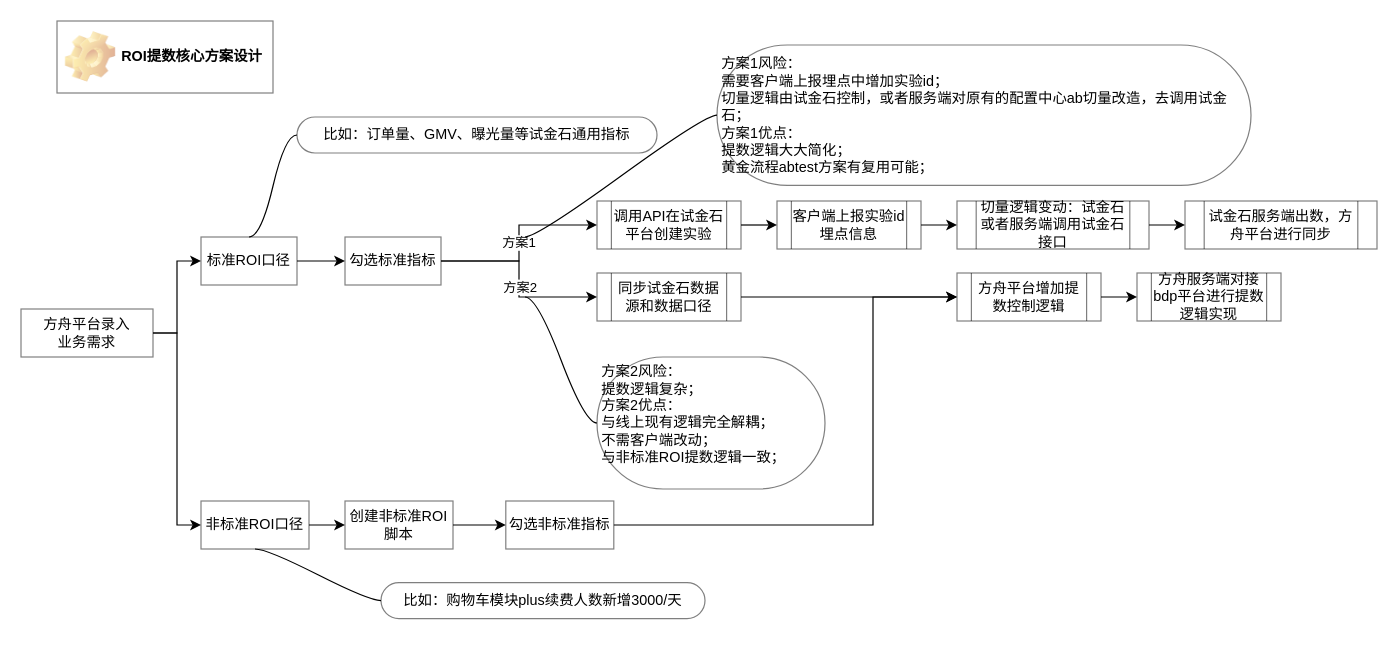
Above: page "ROI提数核心实现方案" (4 of 4) of 需求ROI评估.drawio in lihongliang1989/diagram (draw.io), before the change. Source tidied: cells renumbered, new cells numbered last; positions are measured from the earlier drawing's top-left corner, leaving out a move shared by most shapes. Both pictures are drawn from the tidied source at 120%, with x=0, y=0 at pixel (20, 20).
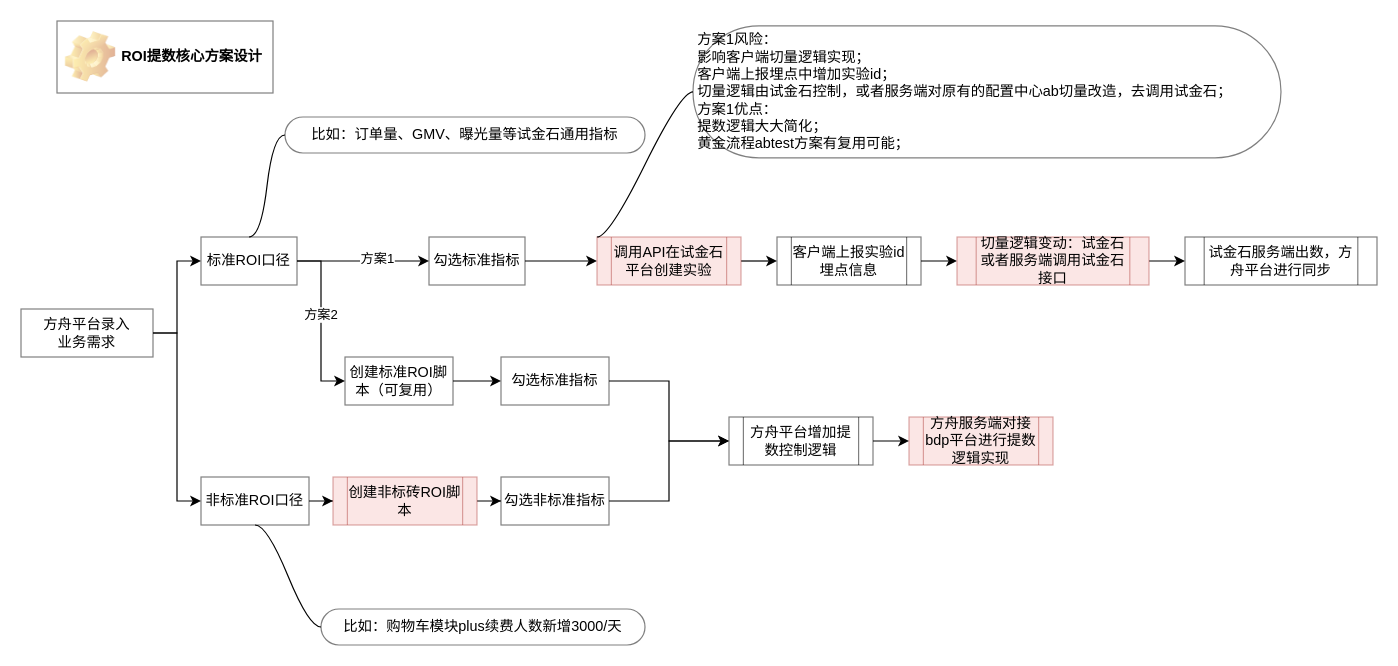
Above is the later version.

The change refers to these unchanged cells:
```xml
<mxCell id="9" value="&lt;font color=&quot;#000000&quot;&gt;标准ROI口径&lt;/font&gt;" style="rounded=0;whiteSpace=wrap;html=1;shadow=0;glass=0;sketch=0;fontColor=#97D077;gradientColor=none;opacity=50;fillColor=#FFFFFF;" parent="1" vertex="1">
  <mxGeometry x="150" y="180" width="80" height="40" as="geometry" />
</mxCell>
```

What changed in the source:
```diff
@@
-    <mxCell id="5" value="方案1" style="edgeStyle=orthogonalEdgeStyle;rounded=0;jettySize=auto;html=1;entryX=0;entryY=0.5;entryDx=0;entryDy=0;fontColor=#000000;" parent="1" edge="1" source="21" target="15">
+    <mxCell id="5" style="edgeStyle=orthogonalEdgeStyle;rounded=0;jettySize=auto;html=1;entryX=0;entryY=0.5;entryDx=0;entryDy=0;fontColor=#000000;" parent="1" edge="1" source="21" target="15">
       <mxGeometry relative="1" as="geometry" />
     </mxCell>
-    <mxCell id="6" style="edgeStyle=orthogonalEdgeStyle;rounded=0;jettySize=auto;html=1;entryX=0;entryY=0.5;entryDx=0;entryDy=0;fontColor=#000000;exitX=1;exitY=0.5;exitDx=0;exitDy=0;" parent="1" edge="1" source="21" target="19">
-      <mxGeometry relative="1" as="geometry" />
-    </mxCell>
+    <mxCell id="8" style="edgeStyle=orthogonalEdgeStyle;rounded=0;jettySize=auto;html=1;entryX=0;entryY=0.5;entryDx=0;entryDy=0;fontColor=#000000;" parent="1" edge="1" source="9" target="21">
+      <mxGeometry relative="1" as="geometry" />
+    </mxCell>
+    <mxCell id="38" value="方案1" style="edgeLabel;html=1;align=center;verticalAlign=middle;fontColor=#000000;" parent="8" vertex="1">
+      <mxGeometry x="0.2" y="3" relative="1" as="geometry" />
+    </mxCell>
+    <mxCell id="39" style="edgeStyle=orthogonalEdgeStyle;rounded=0;jettySize=auto;html=1;entryX=0;entryY=0.5;entryDx=0;entryDy=0;fontColor=#000000;" parent="1" edge="1" source="9" target="42">
+      <mxGeometry relative="1" as="geometry" />
+    </mxCell>
-    <mxCell id="7" value="方案2" style="edgeLabel;html=1;align=center;verticalAlign=middle;fontColor=#000000;" parent="6" vertex="1">
-      <mxGeometry x="0.07" relative="1" as="geometry" />
+    <mxCell id="7" value="方案2" style="edgeLabel;html=1;align=center;verticalAlign=middle;fontColor=#000000;" parent="39" vertex="1">
+      <mxGeometry x="-0.08" y="-1" relative="1" as="geometry" />
     </mxCell>
-    <mxCell id="8" style="edgeStyle=orthogonalEdgeStyle;rounded=0;jettySize=auto;html=1;entryX=0;entryY=0.5;entryDx=0;entryDy=0;fontColor=#000000;" parent="1" edge="1" source="9" target="21">
-      <mxGeometry relative="1" as="geometry" />
-    </mxCell>
@@
     <mxCell id="10" value="比如：订单量、GMV、曝光量等试金石通用指标" style="whiteSpace=wrap;html=1;rounded=1;arcSize=50;align=center;verticalAlign=middle;strokeWidth=1;spacing=4;newEdgeStyle={&quot;edgeStyle&quot;:&quot;entityRelationEdgeStyle&quot;,&quot;startArrow&quot;:&quot;none&quot;,&quot;endArrow&quot;:&quot;none&quot;,&quot;segment&quot;:10,&quot;curved&quot;:1};shadow=0;glass=0;sketch=0;fillColor=#FFFFFF;opacity=50;" parent="1" vertex="1">
-      <mxGeometry x="230" y="80" width="300" height="30" as="geometry" />
+      <mxGeometry x="220" y="80" width="300" height="30" as="geometry" />
     </mxCell>
@@
-    <mxCell id="12" style="edgeStyle=orthogonalEdgeStyle;rounded=0;jettySize=auto;html=1;entryX=0;entryY=0.5;entryDx=0;entryDy=0;fontColor=#000000;" parent="1" edge="1" source="13" target="32">
-      <mxGeometry relative="1" as="geometry" />
-    </mxCell>
+    <mxCell id="40" style="edgeStyle=orthogonalEdgeStyle;rounded=0;jettySize=auto;html=1;entryX=0;entryY=0.5;entryDx=0;entryDy=0;fontColor=#000000;" parent="1" edge="1" source="13" target="46">
+      <mxGeometry relative="1" as="geometry" />
+    </mxCell>
     <mxCell id="13" value="&lt;font color=&quot;#000000&quot;&gt;非标准ROI口径&lt;/font&gt;" style="rounded=0;whiteSpace=wrap;html=1;shadow=0;glass=0;sketch=0;fontColor=#97D077;gradientColor=none;opacity=50;fillColor=#FFFFFF;" parent="1" vertex="1">
-      <mxGeometry x="150" y="400" width="90" height="40" as="geometry" />
+      <mxGeometry x="150" y="380" width="90" height="40" as="geometry" />
     </mxCell>
@@
-    <mxCell id="15" value="&lt;span&gt;调用API在试金石平台创建实验&lt;/span&gt;" style="shape=process;whiteSpace=wrap;html=1;backgroundOutline=1;rounded=0;shadow=0;glass=0;sketch=0;fontColor=#000000;strokeColor=#000000;fillColor=#FFFFFF;opacity=50;" parent="1" vertex="1">
-      <mxGeometry x="480" y="150" width="120" height="40" as="geometry" />
+    <mxCell id="15" value="&lt;span&gt;调用API在试金石平台创建实验&lt;/span&gt;" style="shape=process;whiteSpace=wrap;html=1;backgroundOutline=1;rounded=0;shadow=0;glass=0;sketch=0;fontColor=#000000;strokeColor=#b85450;fillColor=#f8cecc;opacity=50;" parent="1" vertex="1">
+      <mxGeometry x="480" y="180" width="120" height="40" as="geometry" />
     </mxCell>
@@
     <mxCell id="17" value="客户端上报实验id埋点信息" style="shape=process;whiteSpace=wrap;html=1;backgroundOutline=1;rounded=0;shadow=0;glass=0;sketch=0;fontColor=#000000;strokeColor=#000000;fillColor=#FFFFFF;opacity=50;" parent="1" vertex="1">
-      <mxGeometry x="630" y="150" width="120" height="40" as="geometry" />
+      <mxGeometry x="630" y="180" width="120" height="40" as="geometry" />
     </mxCell>
-    <mxCell id="18" style="edgeStyle=orthogonalEdgeStyle;rounded=0;jettySize=auto;html=1;entryX=0;entryY=0.5;entryDx=0;entryDy=0;fontColor=#000000;" parent="1" edge="1" source="19" target="28">
-      <mxGeometry relative="1" as="geometry" />
-    </mxCell>
-    <mxCell id="19" value="&lt;span&gt;同步试金石数据源和数据口径&lt;/span&gt;" style="shape=process;whiteSpace=wrap;html=1;backgroundOutline=1;rounded=0;shadow=0;glass=0;sketch=0;fontColor=#000000;strokeColor=#000000;fillColor=#FFFFFF;opacity=50;" parent="1" vertex="1">
-      <mxGeometry x="480" y="210" width="120" height="40" as="geometry" />
-    </mxCell>
-    <mxCell id="20" value="方舟服务端对接bdp平台进行提数逻辑实现" style="shape=process;whiteSpace=wrap;html=1;backgroundOutline=1;rounded=0;shadow=0;glass=0;sketch=0;fontColor=#000000;strokeColor=#000000;fillColor=#FFFFFF;opacity=50;" parent="1" vertex="1">
-      <mxGeometry x="930" y="210" width="120" height="40" as="geometry" />
+    <mxCell id="20" value="方舟服务端对接bdp平台进行提数逻辑实现" style="shape=process;whiteSpace=wrap;html=1;backgroundOutline=1;rounded=0;shadow=0;glass=0;sketch=0;fontColor=#000000;strokeColor=#b85450;fillColor=#f8cecc;opacity=50;" parent="1" vertex="1">
+      <mxGeometry x="740" y="330" width="120" height="40" as="geometry" />
     </mxCell>
     <mxCell id="21" value="&lt;font color=&quot;#000000&quot;&gt;勾选标准指标&lt;/font&gt;" style="rounded=0;whiteSpace=wrap;html=1;shadow=0;glass=0;sketch=0;fontColor=#97D077;gradientColor=none;opacity=50;fillColor=#FFFFFF;" parent="1" vertex="1">
-      <mxGeometry x="270" y="180" width="80" height="40" as="geometry" />
+      <mxGeometry x="340" y="180" width="80" height="40" as="geometry" />
     </mxCell>
@@
-    <mxCell id="23" value="切量逻辑变动：试金石或者服务端调用试金石接口" style="shape=process;whiteSpace=wrap;html=1;backgroundOutline=1;rounded=0;shadow=0;glass=0;sketch=0;fontColor=#000000;strokeColor=#000000;fillColor=#FFFFFF;opacity=50;" parent="1" vertex="1">
-      <mxGeometry x="780" y="150" width="160" height="40" as="geometry" />
+    <mxCell id="23" value="切量逻辑变动：试金石或者服务端调用试金石接口" style="shape=process;whiteSpace=wrap;html=1;backgroundOutline=1;rounded=0;shadow=0;glass=0;sketch=0;fontColor=#000000;strokeColor=#b85450;fillColor=#f8cecc;opacity=50;" parent="1" vertex="1">
+      <mxGeometry x="780" y="180" width="160" height="40" as="geometry" />
     </mxCell>
-    <mxCell id="24" value="方案1风险：&lt;br&gt;需要客户端上报埋点中增加实验id；&lt;br&gt;切量逻辑由试金石控制，或者服务端对原有的配置中心ab切量改造，去调用试金石；&lt;br&gt;方案1优点：&lt;br&gt;提数逻辑大大简化；&lt;br&gt;黄金流程abtest方案有复用可能；" style="whiteSpace=wrap;html=1;rounded=1;arcSize=50;align=left;verticalAlign=middle;strokeWidth=1;spacing=4;newEdgeStyle={&quot;edgeStyle&quot;:&quot;entityRelationEdgeStyle&quot;,&quot;startArrow&quot;:&quot;none&quot;,&quot;endArrow&quot;:&quot;none&quot;,&quot;segment&quot;:10,&quot;curved&quot;:1};shadow=0;glass=0;sketch=0;fontColor=#000000;fillColor=#FFFFFF;opacity=50;" parent="1" vertex="1">
-      <mxGeometry x="580" y="20" width="445" height="117" as="geometry" />
+    <mxCell id="24" value="方案1风险：&lt;br&gt;影响客户端切量逻辑实现；&lt;br&gt;客户端上报埋点中增加实验id；&lt;br&gt;切量逻辑由试金石控制，或者服务端对原有的配置中心ab切量改造，去调用试金石；&lt;br&gt;方案1优点：&lt;br&gt;提数逻辑大大简化；&lt;br&gt;黄金流程abtest方案有复用可能；" style="whiteSpace=wrap;html=1;rounded=1;arcSize=50;align=left;verticalAlign=middle;strokeWidth=1;spacing=4;newEdgeStyle={&quot;edgeStyle&quot;:&quot;entityRelationEdgeStyle&quot;,&quot;startArrow&quot;:&quot;none&quot;,&quot;endArrow&quot;:&quot;none&quot;,&quot;segment&quot;:10,&quot;curved&quot;:1};shadow=0;glass=0;sketch=0;fontColor=#000000;fillColor=#FFFFFF;opacity=50;" parent="1" vertex="1">
+      <mxGeometry x="560" y="4" width="490" height="110" as="geometry" />
     </mxCell>
-    <mxCell id="25" style="edgeStyle=entityRelationEdgeStyle;startArrow=none;endArrow=none;segment=10;curved=1;fontColor=#000000;" parent="1" edge="1" target="24">
-      <mxGeometry relative="1" as="geometry">
-        <mxPoint x="420" y="180" as="sourcePoint" />
-      </mxGeometry>
+    <mxCell id="25" style="edgeStyle=entityRelationEdgeStyle;startArrow=none;endArrow=none;segment=10;curved=1;fontColor=#000000;exitX=0;exitY=0;exitDx=0;exitDy=0;" parent="1" edge="1" source="15" target="24">
+      <mxGeometry relative="1" as="geometry" />
     </mxCell>
     <mxCell id="26" value="试金石服务端出数，方舟平台进行同步" style="shape=process;whiteSpace=wrap;html=1;backgroundOutline=1;rounded=0;shadow=0;glass=0;sketch=0;fontColor=#000000;strokeColor=#000000;fillColor=#FFFFFF;opacity=50;" parent="1" vertex="1">
-      <mxGeometry x="970" y="150" width="160" height="40" as="geometry" />
+      <mxGeometry x="970" y="180" width="160" height="40" as="geometry" />
     </mxCell>
@@
     <mxCell id="28" value="方舟平台增加提数控制逻辑" style="shape=process;whiteSpace=wrap;html=1;backgroundOutline=1;rounded=0;shadow=0;glass=0;sketch=0;fontColor=#000000;strokeColor=#000000;fillColor=#FFFFFF;opacity=50;" parent="1" vertex="1">
-      <mxGeometry x="780" y="210" width="120" height="40" as="geometry" />
+      <mxGeometry x="590" y="330" width="120" height="40" as="geometry" />
     </mxCell>
-    <mxCell id="29" value="方案2风险：&lt;br&gt;提数逻辑复杂；&lt;br&gt;&lt;div&gt;&lt;span&gt;方案2优点：&lt;/span&gt;&lt;/div&gt;&lt;div&gt;&lt;span&gt;与线上现有逻辑完全解耦；&lt;/span&gt;&lt;/div&gt;&lt;div&gt;&lt;span&gt;不需客户端改动；&lt;/span&gt;&lt;/div&gt;&lt;div&gt;与非标准ROI提数逻辑一致；&lt;/div&gt;&lt;div&gt;&lt;span&gt;&lt;br&gt;&lt;/span&gt;&lt;/div&gt;" style="whiteSpace=wrap;html=1;rounded=1;arcSize=50;align=left;verticalAlign=middle;strokeWidth=1;spacing=4;newEdgeStyle={&quot;edgeStyle&quot;:&quot;entityRelationEdgeStyle&quot;,&quot;startArrow&quot;:&quot;none&quot;,&quot;endArrow&quot;:&quot;none&quot;,&quot;segment&quot;:10,&quot;curved&quot;:1};shadow=0;glass=0;sketch=0;fontColor=#000000;fillColor=#FFFFFF;opacity=50;" parent="1" vertex="1">
-      <mxGeometry x="480" y="280" width="190" height="110" as="geometry" />
-    </mxCell>
-    <mxCell id="30" style="edgeStyle=entityRelationEdgeStyle;startArrow=none;endArrow=none;segment=10;curved=1;fontColor=#000000;" parent="1" edge="1" target="29">
-      <mxGeometry relative="1" as="geometry">
-        <mxPoint x="420" y="230" as="sourcePoint" />
-      </mxGeometry>
-    </mxCell>
-    <mxCell id="31" style="edgeStyle=orthogonalEdgeStyle;rounded=0;jettySize=auto;html=1;entryX=0;entryY=0.5;entryDx=0;entryDy=0;fontColor=#000000;" parent="1" edge="1" source="32" target="34">
-      <mxGeometry relative="1" as="geometry" />
-    </mxCell>
-    <mxCell id="32" value="&lt;font color=&quot;#000000&quot;&gt;创建非标准ROI脚本&lt;/font&gt;" style="rounded=0;whiteSpace=wrap;html=1;shadow=0;glass=0;sketch=0;fontColor=#97D077;gradientColor=none;opacity=50;fillColor=#FFFFFF;" parent="1" vertex="1">
-      <mxGeometry x="270" y="400" width="90" height="40" as="geometry" />
-    </mxCell>
     <mxCell id="33" style="edgeStyle=orthogonalEdgeStyle;rounded=0;jettySize=auto;html=1;entryX=0;entryY=0.5;entryDx=0;entryDy=0;fontColor=#000000;" parent="1" edge="1" source="34" target="28">
-      <mxGeometry relative="1" as="geometry">
-        <Array as="points">
-          <mxPoint x="710" y="420" />
-          <mxPoint x="710" y="230" />
-        </Array>
-      </mxGeometry>
+      <mxGeometry relative="1" as="geometry" />
     </mxCell>
     <mxCell id="34" value="&lt;font color=&quot;#000000&quot;&gt;勾选非标准指标&lt;/font&gt;" style="rounded=0;whiteSpace=wrap;html=1;shadow=0;glass=0;sketch=0;fontColor=#97D077;gradientColor=none;opacity=50;fillColor=#FFFFFF;" parent="1" vertex="1">
-      <mxGeometry x="404" y="400" width="90" height="40" as="geometry" />
+      <mxGeometry x="400" y="380" width="90" height="40" as="geometry" />
     </mxCell>
@@
     <mxCell id="36" value="比如：购物车模块plus续费人数新增3000/天" style="whiteSpace=wrap;html=1;rounded=1;arcSize=50;align=center;verticalAlign=middle;strokeWidth=1;spacing=4;newEdgeStyle={&quot;edgeStyle&quot;:&quot;entityRelationEdgeStyle&quot;,&quot;startArrow&quot;:&quot;none&quot;,&quot;endArrow&quot;:&quot;none&quot;,&quot;segment&quot;:10,&quot;curved&quot;:1};shadow=0;glass=0;sketch=0;fontColor=#000000;fillColor=#FFFFFF;opacity=50;" parent="1" vertex="1">
-      <mxGeometry x="300" y="468" width="270" height="30" as="geometry" />
+      <mxGeometry x="250" y="490" width="270" height="30" as="geometry" />
     </mxCell>
@@
+    <mxCell id="41" style="edgeStyle=orthogonalEdgeStyle;rounded=0;jettySize=auto;html=1;entryX=0;entryY=0.5;entryDx=0;entryDy=0;fontColor=#000000;" parent="1" edge="1" source="42" target="44">
+      <mxGeometry relative="1" as="geometry" />
+    </mxCell>
+    <mxCell id="42" value="&lt;font color=&quot;#000000&quot;&gt;创建标准ROI脚本（可复用）&lt;/font&gt;" style="rounded=0;whiteSpace=wrap;html=1;shadow=0;glass=0;sketch=0;fontColor=#97D077;gradientColor=none;opacity=50;fillColor=#FFFFFF;" parent="1" vertex="1">
+      <mxGeometry x="270" y="280" width="90" height="40" as="geometry" />
+    </mxCell>
+    <mxCell id="43" style="edgeStyle=orthogonalEdgeStyle;rounded=0;jettySize=auto;html=1;entryX=0;entryY=0.5;entryDx=0;entryDy=0;fontColor=#000000;" parent="1" edge="1" source="44" target="28">
+      <mxGeometry relative="1" as="geometry" />
+    </mxCell>
+    <mxCell id="44" value="&lt;font color=&quot;#000000&quot;&gt;勾选标准指标&lt;/font&gt;" style="rounded=0;whiteSpace=wrap;html=1;shadow=0;glass=0;sketch=0;fontColor=#97D077;gradientColor=none;opacity=50;fillColor=#FFFFFF;" parent="1" vertex="1">
+      <mxGeometry x="400" y="280" width="90" height="40" as="geometry" />
+    </mxCell>
+    <mxCell id="45" style="edgeStyle=orthogonalEdgeStyle;rounded=0;jettySize=auto;html=1;entryX=0;entryY=0.5;entryDx=0;entryDy=0;fontColor=#000000;" parent="1" edge="1" source="46" target="34">
+      <mxGeometry relative="1" as="geometry" />
+    </mxCell>
+    <mxCell id="46" value="创建非标砖ROI脚本" style="shape=process;whiteSpace=wrap;html=1;backgroundOutline=1;rounded=0;shadow=0;glass=0;sketch=0;strokeColor=#b85450;fillColor=#f8cecc;align=center;opacity=50;" parent="1" vertex="1">
+      <mxGeometry x="260" y="380" width="120" height="40" as="geometry" />
+    </mxCell>
```
